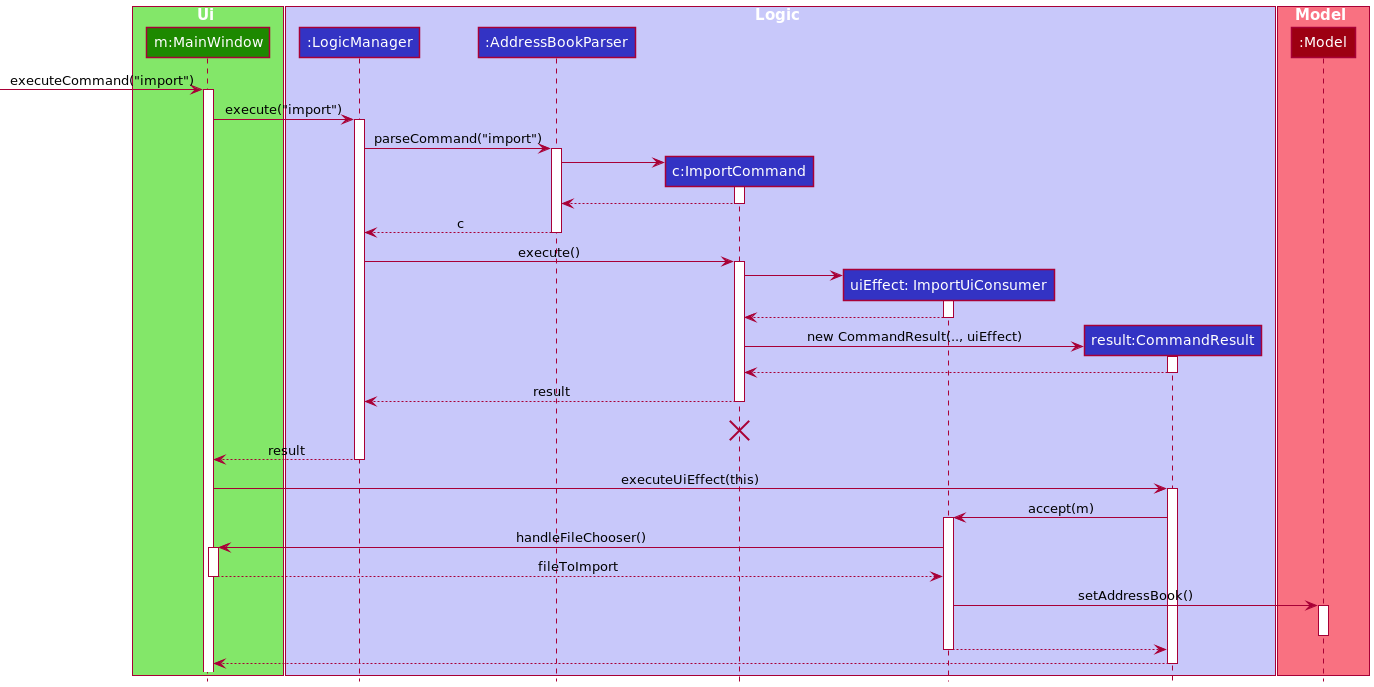
The PlantUML diagram docs/images/ImportSequenceDiagram.png in vigneshsankariyer1234567890/tp, before a commit.
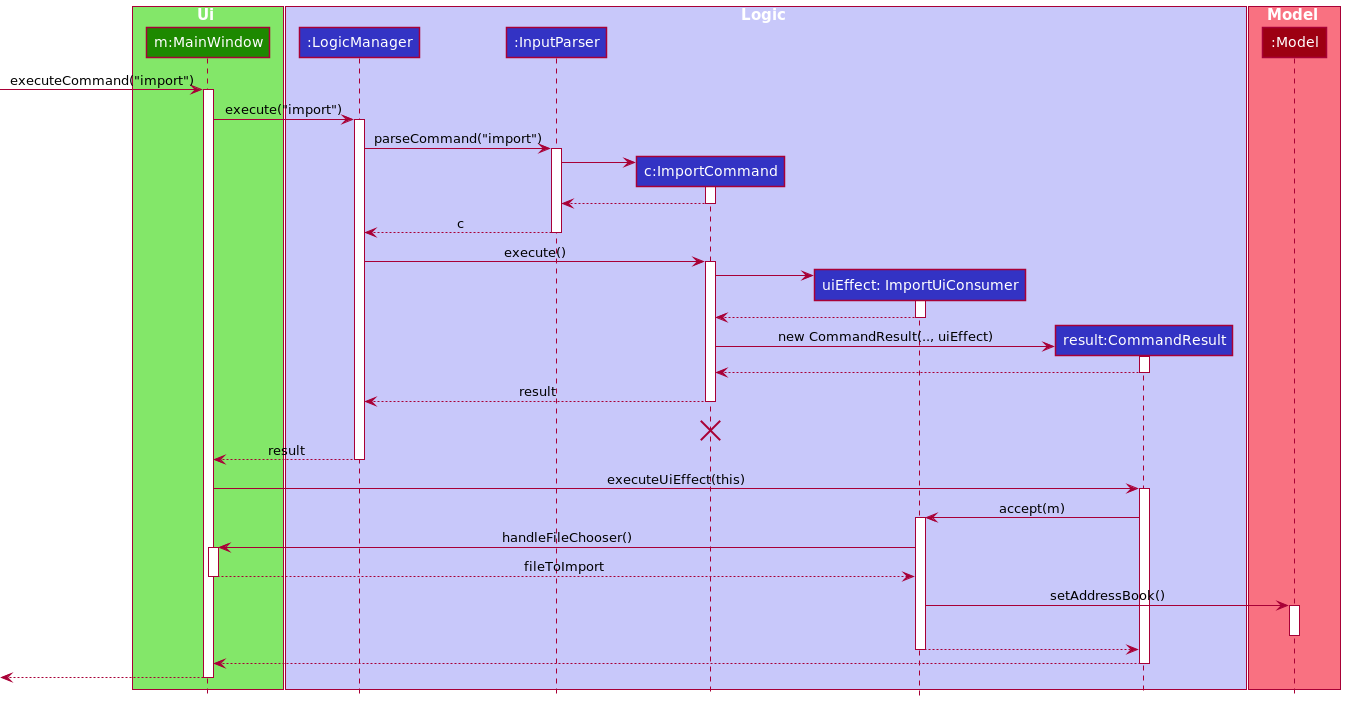
The same diagram one commit later.

Commit message:
Fix import sequence diagram

Change to the diagram source:
```diff
@@ -7,7 +7,7 @@
 
 box Logic LOGIC_COLOR_T1
 participant ":LogicManager" as LogicManager LOGIC_COLOR
-participant ":AddressBookParser" as AddressBookParser LOGIC_COLOR
+participant ":InputParser" as InputParser LOGIC_COLOR
 participant "c:ImportCommand" as ImportCommand LOGIC_COLOR
 participant "uiEffect: ImportUiConsumer" as UiConsumer LOGIC_COLOR
 participant "result:CommandResult" as CommandResult LOGIC_COLOR
@@ -23,18 +23,18 @@
 MainWindow -> LogicManager : execute("import")
 activate LogicManager
 
-LogicManager -> AddressBookParser : parseCommand("import")
-activate AddressBookParser
+LogicManager -> InputParser : parseCommand("import")
+activate InputParser
 
 create ImportCommand
-AddressBookParser -> ImportCommand
+InputParser -> ImportCommand
 activate ImportCommand
 
-ImportCommand --> AddressBookParser
+ImportCommand --> InputParser
 deactivate ImportCommand
 
-AddressBookParser --> LogicManager : c
-deactivate AddressBookParser
+InputParser --> LogicManager : c
+deactivate InputParser
 
 LogicManager -> ImportCommand : execute()
 activate ImportCommand
@@ -82,5 +82,7 @@
 CommandResult --> MainWindow
 deactivate CommandResult
 
+[<-- MainWindow
+deactivate MainWindow
 
 @enduml
```
